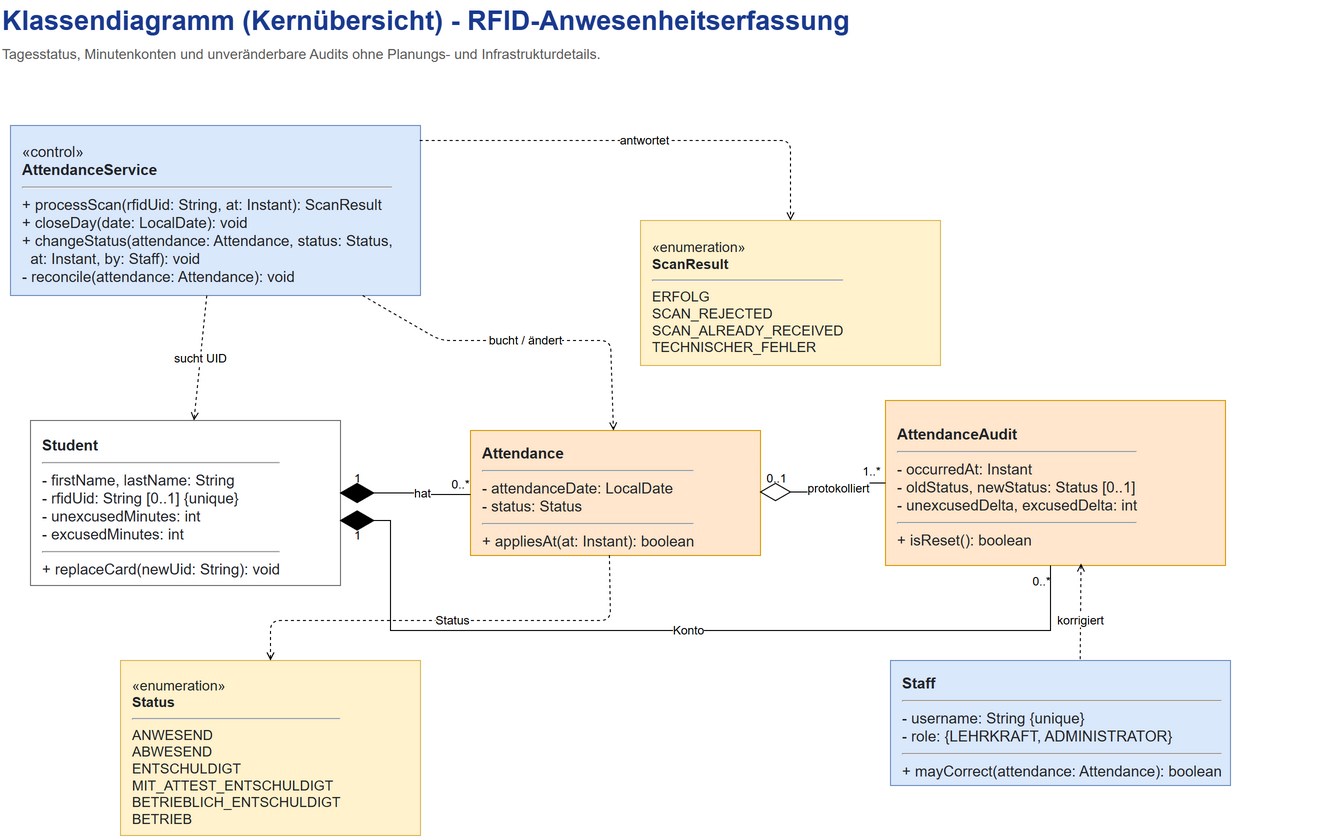
Earlier version of the draw.io export diagramme/UML/klassendiagramm_uebersicht.drawio.png (fes-wiesbaden/p4-gr5_schuelerzeiterfassung). Source tidied: cells renumbered, new cells last; positions are measured from the earlier drawing's top-left corner, leaving out a move shared by most shapes.
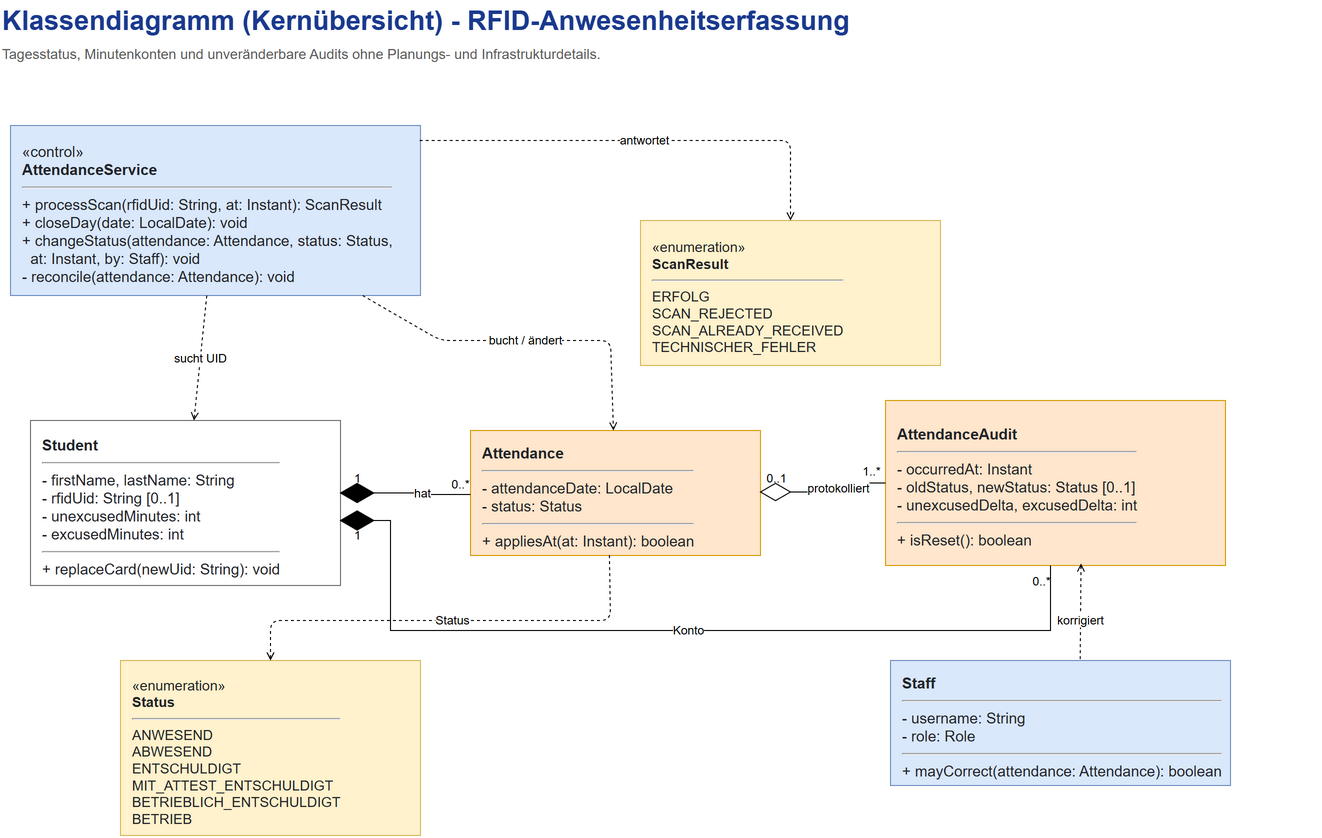
The same file after the commit.

Commit message:
docs: UML-Attribute ohne redundante Zusätze darstellen

Change to the diagram source:
```diff
@@ -11,7 +11,7 @@
     <mxCell id="4" value="«control»&lt;br&gt;&lt;b&gt;AttendanceService&lt;/b&gt;&lt;hr&gt; + processScan(rfidUid: String, at: Instant): ScanResult&lt;br&gt; + closeDay(date: LocalDate): void&lt;br&gt; + changeStatus(attendance: Attendance, status: Status,&lt;br&gt;&amp;nbsp;&amp;nbsp;at: Instant, by: Staff): void&lt;br&gt; - reconcile(attendance: Attendance): void" style="rounded=0;whiteSpace=wrap;html=1;fillColor=#DAE8FC;strokeColor=#6C8EBF;fontSize=15;fontColor=#22242A;align=left;spacingLeft=10;spacingTop=8;" parent="1" vertex="1">
       <mxGeometry x="10" y="125" width="410" height="170" as="geometry" />
     </mxCell>
-    <mxCell id="5" value="&lt;b&gt;Student&lt;/b&gt;&lt;hr&gt; - firstName, lastName: String&lt;br&gt; - rfidUid: String [0..1] {unique}&lt;br&gt; - unexcusedMinutes: int&lt;br&gt; - excusedMinutes: int&lt;hr&gt; + replaceCard(newUid: String): void" style="rounded=0;whiteSpace=wrap;html=1;fillColor=#FFFFFF;strokeColor=#6D6D6D;fontSize=15;fontColor=#22242A;align=left;spacingLeft=10;spacingTop=8;" parent="1" vertex="1">
+    <mxCell id="5" value="&lt;b&gt;Student&lt;/b&gt;&lt;hr&gt; - firstName, lastName: String&lt;br&gt; - rfidUid: String [0..1]&lt;br&gt; - unexcusedMinutes: int&lt;br&gt; - excusedMinutes: int&lt;hr&gt; + replaceCard(newUid: String): void" style="rounded=0;whiteSpace=wrap;html=1;fillColor=#FFFFFF;strokeColor=#6D6D6D;fontSize=15;fontColor=#22242A;align=left;spacingLeft=10;spacingTop=8;" parent="1" vertex="1">
       <mxGeometry x="30" y="420" width="310" height="165" as="geometry" />
     </mxCell>
     <mxCell id="6" value="&lt;b&gt;Attendance&lt;/b&gt;&lt;hr&gt; - attendanceDate: LocalDate&lt;br&gt; - status: Status&lt;hr&gt; + appliesAt(at: Instant): boolean" style="rounded=0;whiteSpace=wrap;html=1;fillColor=#FFE6CC;strokeColor=#D79B00;fontSize=15;fontColor=#22242A;align=left;spacingLeft=10;spacingTop=8;" parent="1" vertex="1">
@@ -20,7 +20,7 @@
     <mxCell id="7" value="&lt;b&gt;AttendanceAudit&lt;/b&gt;&lt;hr&gt; - occurredAt: Instant&lt;br&gt; - oldStatus, newStatus: Status [0..1]&lt;br&gt; - unexcusedDelta, excusedDelta: int&lt;hr&gt; + isReset(): boolean" style="rounded=0;whiteSpace=wrap;html=1;fillColor=#FFE6CC;strokeColor=#D79B00;fontSize=15;fontColor=#22242A;align=left;spacingLeft=10;spacingTop=8;" parent="1" vertex="1">
       <mxGeometry x="885" y="400" width="340" height="165" as="geometry" />
     </mxCell>
-    <mxCell id="8" value="&lt;b&gt;Staff&lt;/b&gt;&lt;hr&gt; - username: String {unique}&lt;br&gt; - role: {LEHRKRAFT, ADMINISTRATOR}&lt;hr&gt; + mayCorrect(attendance: Attendance): boolean" style="rounded=0;whiteSpace=wrap;html=1;fillColor=#DAE8FC;strokeColor=#6C8EBF;fontSize=15;fontColor=#22242A;align=left;spacingLeft=10;spacingTop=8;" parent="1" vertex="1">
+    <mxCell id="8" value="&lt;b&gt;Staff&lt;/b&gt;&lt;hr&gt; - username: String&lt;br&gt; - role: Role&lt;hr&gt; + mayCorrect(attendance: Attendance): boolean" style="rounded=0;whiteSpace=wrap;html=1;fillColor=#DAE8FC;strokeColor=#6C8EBF;fontSize=15;fontColor=#22242A;align=left;spacingLeft=10;spacingTop=8;" parent="1" vertex="1">
       <mxGeometry x="890" y="660" width="340" height="125" as="geometry" />
     </mxCell>
     <mxCell id="9" value="«enumeration»&lt;br&gt;&lt;b&gt;Status&lt;/b&gt;&lt;hr&gt;ANWESEND&lt;br&gt;ABWESEND&lt;br&gt;ENTSCHULDIGT&lt;br&gt;MIT_ATTEST_ENTSCHULDIGT&lt;br&gt;BETRIEBLICH_ENTSCHULDIGT&lt;br&gt;BETRIEB" style="rounded=0;whiteSpace=wrap;html=1;fillColor=#FFF2CC;strokeColor=#D6B656;fontSize=14;fontColor=#22242A;align=left;spacingLeft=10;spacingTop=8;" parent="1" vertex="1">
```
